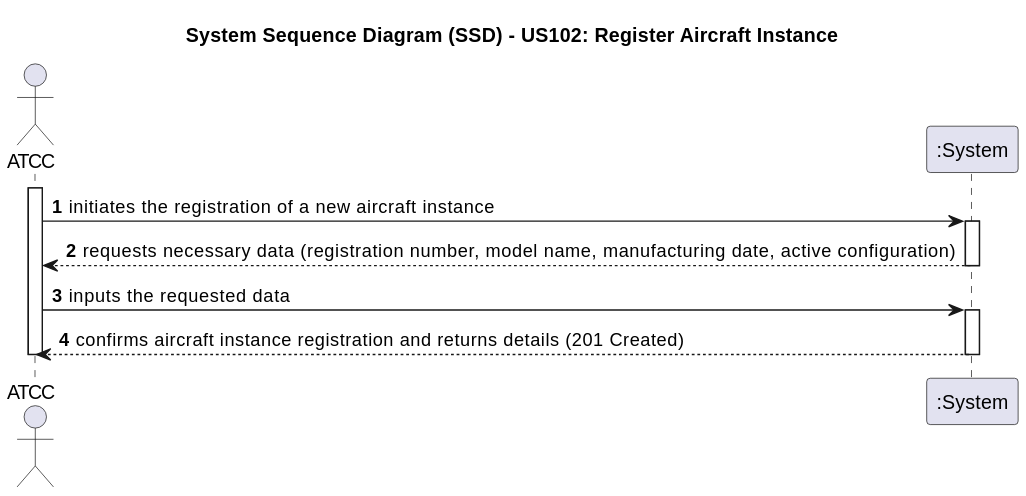
Above: docs/use-cases/WP#1A/US102/svg/US102-SSD.svg in Andre-1240567/psoft2026_2DB_1240567_1241013_1240624 (PlantUML), before the change.
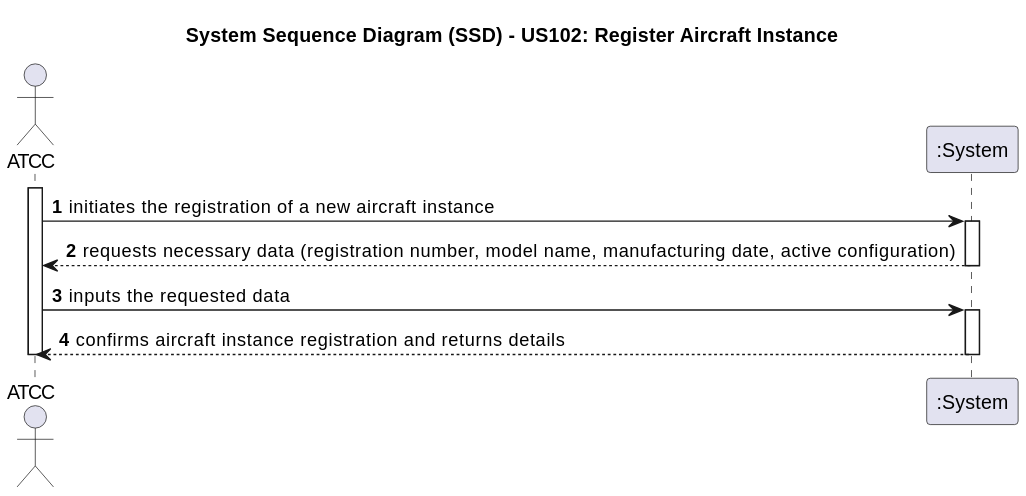
The same file after the commit.

What changed in the source:
```diff
@@ -13,7 +13,8 @@
 
 Actor -> System: inputs the requested data
 activate System
-System --> Actor: confirms aircraft instance registration and returns details (201 Created)
+
+System --> Actor: confirms aircraft instance registration and returns details
 deactivate System
 deactivate Actor
 @enduml
```
